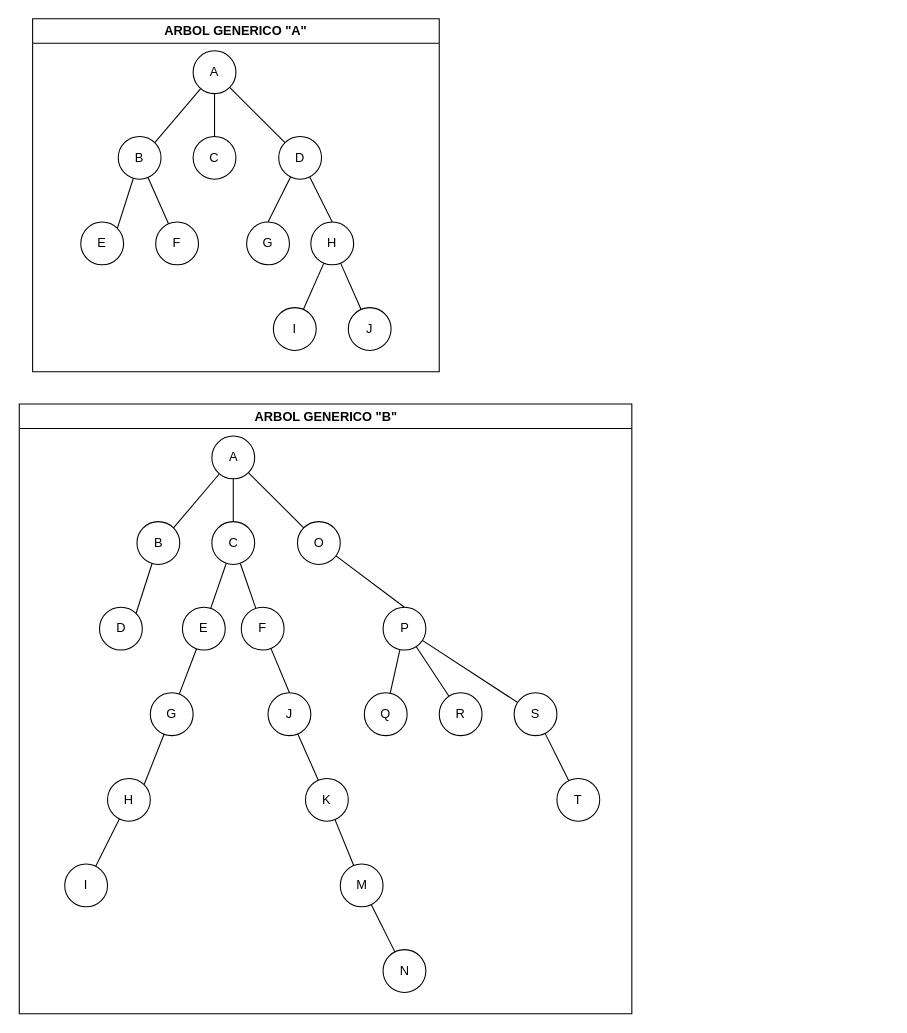
This is page "ArbolGenerico" (1 of 3) of src/diagramas/arbolGen.drawio from Torgeck/TPFinalEstructuras, a draw.io file, before an edit. Source tidied: cells renumbered, new cells numbered last; positions are measured from the earlier drawing's top-left corner, leaving out a move shared by most shapes. Both pictures are drawn from the tidied source at 107%, with x=0, y=0 at pixel (19, 18).
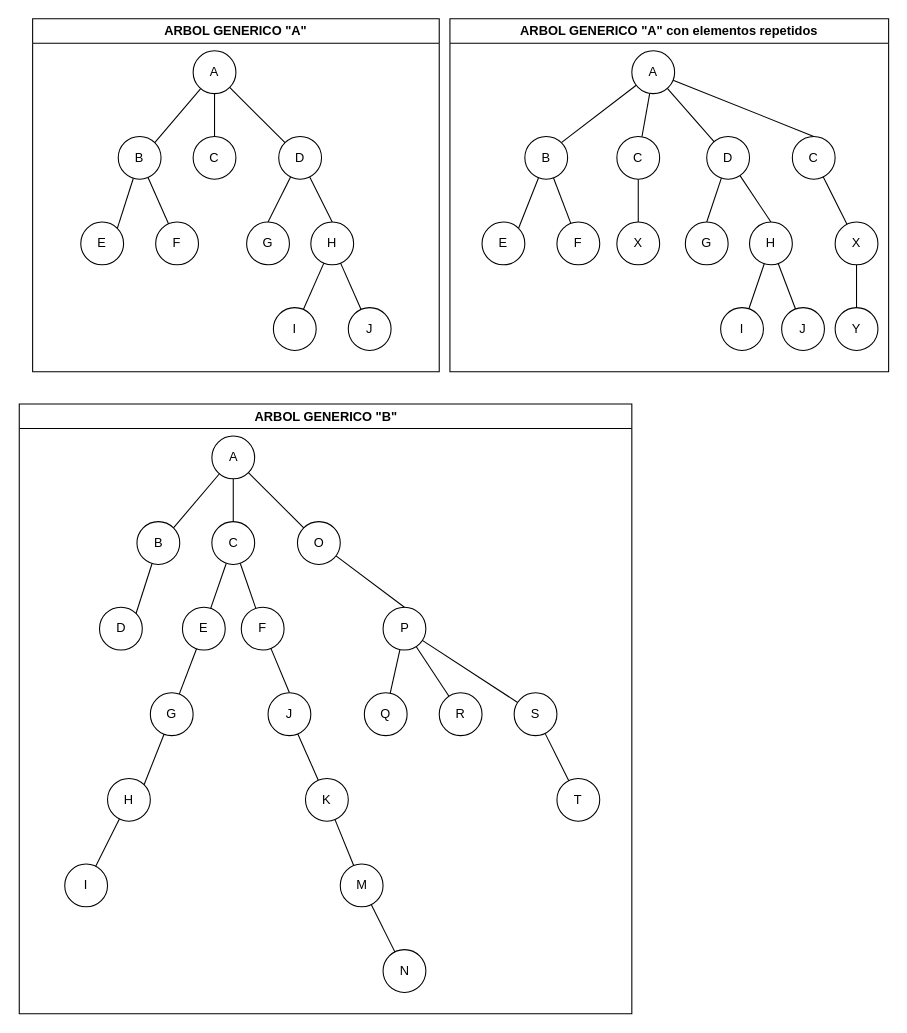
The same page after the edit.

Diff of the diagram source:
```diff
@@
+    <mxCell id="60" value="ARBOL GENERICO &quot;A&quot; con elementos repetidos" style="swimlane;whiteSpace=wrap;html=1;fillColor=default;gradientColor=none;shadow=0;swimlaneFillColor=default;labelBackgroundColor=none;rounded=0;" parent="1" vertex="1">
+      <mxGeometry x="402" width="410" height="330" as="geometry" />
+    </mxCell>
+    <mxCell id="61" value="B" style="ellipse;whiteSpace=wrap;html=1;" parent="60" vertex="1">
+      <mxGeometry x="70" y="110" width="40" height="40" as="geometry" />
+    </mxCell>
+    <mxCell id="62" style="edgeStyle=orthogonalEdgeStyle;rounded=0;jettySize=auto;html=1;entryX=0.5;entryY=0;entryDx=0;entryDy=0;endArrow=none;endFill=0;" parent="60" edge="1" source="63" target="64">
+      <mxGeometry relative="1" as="geometry" />
+    </mxCell>
+    <mxCell id="63" value="C" style="ellipse;whiteSpace=wrap;html=1;" parent="60" vertex="1">
+      <mxGeometry x="156" y="110" width="40" height="40" as="geometry" />
+    </mxCell>
+    <mxCell id="64" value="X" style="ellipse;whiteSpace=wrap;html=1;" parent="60" vertex="1">
+      <mxGeometry x="156" y="190" width="40" height="40" as="geometry" />
+    </mxCell>
+    <mxCell id="65" style="rounded=0;jettySize=auto;html=1;endArrow=none;endFill=0;strokeColor=default;" parent="60" edge="1" source="66" target="68">
+      <mxGeometry relative="1" as="geometry" />
+    </mxCell>
+    <mxCell id="66" value="C" style="ellipse;whiteSpace=wrap;html=1;" parent="60" vertex="1">
+      <mxGeometry x="320" y="110" width="40" height="40" as="geometry" />
+    </mxCell>
+    <mxCell id="67" style="edgeStyle=orthogonalEdgeStyle;rounded=0;jettySize=auto;html=1;endArrow=none;endFill=0;" parent="60" edge="1" source="68" target="69">
+      <mxGeometry relative="1" as="geometry" />
+    </mxCell>
+    <mxCell id="68" value="X" style="ellipse;whiteSpace=wrap;html=1;" parent="60" vertex="1">
+      <mxGeometry x="360" y="190" width="40" height="40" as="geometry" />
+    </mxCell>
+    <mxCell id="69" value="Y" style="ellipse;whiteSpace=wrap;html=1;" parent="60" vertex="1">
+      <mxGeometry x="360" y="270" width="40" height="40" as="geometry" />
+    </mxCell>
+    <mxCell id="70" value="D" style="ellipse;whiteSpace=wrap;html=1;" parent="60" vertex="1">
+      <mxGeometry x="240" y="110" width="40" height="40" as="geometry" />
+    </mxCell>
+    <mxCell id="71" style="edgeStyle=none;html=1;entryX=1;entryY=0;entryDx=0;entryDy=0;endArrow=none;endFill=0;" parent="1" edge="1" source="74" target="61">
+      <mxGeometry relative="1" as="geometry" />
+    </mxCell>
+    <mxCell id="72" style="edgeStyle=none;html=1;endArrow=none;endFill=0;" parent="1" edge="1" source="74" target="63">
+      <mxGeometry relative="1" as="geometry" />
+    </mxCell>
+    <mxCell id="73" style="edgeStyle=none;html=1;endArrow=none;endFill=0;" parent="1" edge="1" source="74" target="70">
+      <mxGeometry relative="1" as="geometry" />
+    </mxCell>
+    <mxCell id="74" value="A" style="ellipse;whiteSpace=wrap;html=1;" parent="1" vertex="1">
+      <mxGeometry x="572" y="30" width="40" height="40" as="geometry" />
+    </mxCell>
+    <mxCell id="75" value="F" style="ellipse;whiteSpace=wrap;html=1;" parent="1" vertex="1">
+      <mxGeometry x="502" y="190" width="40" height="40" as="geometry" />
+    </mxCell>
+    <mxCell id="76" value="E" style="ellipse;whiteSpace=wrap;html=1;" parent="1" vertex="1">
+      <mxGeometry x="432" y="190" width="40" height="40" as="geometry" />
+    </mxCell>
+    <mxCell id="77" value="J" style="ellipse;whiteSpace=wrap;html=1;" parent="1" vertex="1">
+      <mxGeometry x="712" y="270" width="40" height="40" as="geometry" />
+    </mxCell>
+    <mxCell id="78" value="I" style="ellipse;whiteSpace=wrap;html=1;" parent="1" vertex="1">
+      <mxGeometry x="655" y="270" width="40" height="40" as="geometry" />
+    </mxCell>
+    <mxCell id="79" style="edgeStyle=none;html=1;endArrow=none;endFill=0;" parent="1" edge="1" source="81" target="78">
+      <mxGeometry relative="1" as="geometry" />
+    </mxCell>
+    <mxCell id="80" style="edgeStyle=none;html=1;endArrow=none;endFill=0;" parent="1" edge="1" source="81" target="77">
+      <mxGeometry relative="1" as="geometry" />
+    </mxCell>
+    <mxCell id="81" value="H" style="ellipse;whiteSpace=wrap;html=1;" parent="1" vertex="1">
+      <mxGeometry x="682" y="190" width="40" height="40" as="geometry" />
+    </mxCell>
+    <mxCell id="82" value="G" style="ellipse;whiteSpace=wrap;html=1;" parent="1" vertex="1">
+      <mxGeometry x="622" y="190" width="40" height="40" as="geometry" />
+    </mxCell>
+    <mxCell id="83" style="edgeStyle=none;html=1;entryX=0.5;entryY=0;entryDx=0;entryDy=0;endArrow=none;endFill=0;" parent="1" edge="1" source="70" target="82">
+      <mxGeometry relative="1" as="geometry" />
+    </mxCell>
+    <mxCell id="84" style="edgeStyle=none;html=1;entryX=0.5;entryY=0;entryDx=0;entryDy=0;endArrow=none;endFill=0;" parent="1" edge="1" source="70" target="81">
+      <mxGeometry relative="1" as="geometry" />
+    </mxCell>
+    <mxCell id="85" style="edgeStyle=none;html=1;entryX=1;entryY=0;entryDx=0;entryDy=0;endArrow=none;endFill=0;" parent="1" edge="1" source="61" target="76">
+      <mxGeometry relative="1" as="geometry" />
+    </mxCell>
+    <mxCell id="86" style="edgeStyle=none;html=1;endArrow=none;endFill=0;" parent="1" edge="1" source="61" target="75">
+      <mxGeometry relative="1" as="geometry" />
+    </mxCell>
+    <mxCell id="87" style="edgeStyle=none;html=1;endArrow=none;endFill=0;entryX=0.5;entryY=0;entryDx=0;entryDy=0;" parent="1" edge="1" source="74" target="66">
+      <mxGeometry relative="1" as="geometry" />
+    </mxCell>
```
